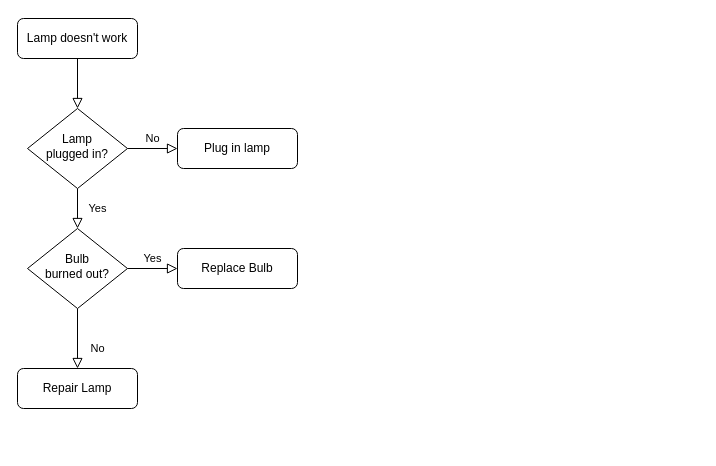
This is Diagram Tanpa Judul.drawio from Vanvill027/Algo_B_23241075_2, a draw.io file, before an edit. Source tidied: cells renumbered, new cells numbered last; positions are measured from the earlier drawing's top-left corner, leaving out a move shared by most shapes. Both pictures are drawn from the tidied source at 100%, with x=0, y=0 at pixel (17, 18).
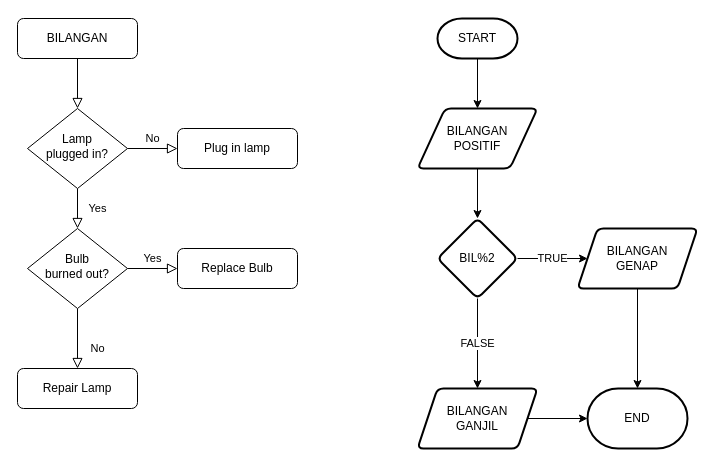
The same page after the edit.

Commit message:
Pemutakhiran Menentukan Bilangan Genap dan Ganjil.drawio

The edit, as a diff of the source:
```diff
@@
-    <mxCell id="3" value="Lamp doesn't work" style="rounded=1;whiteSpace=wrap;html=1;fontSize=12;glass=0;strokeWidth=1;shadow=0;" parent="1" vertex="1">
+    <mxCell id="3" value="BILANGAN" style="rounded=1;whiteSpace=wrap;html=1;fontSize=12;glass=0;strokeWidth=1;shadow=0;" parent="1" vertex="1">
       <mxGeometry width="120" height="40" as="geometry" />
     </mxCell>
@@
+    <mxCell id="13" style="edgeStyle=orthogonalEdgeStyle;rounded=0;jettySize=auto;html=1;" parent="1" edge="1" source="14" target="16">
+      <mxGeometry relative="1" as="geometry" />
+    </mxCell>
+    <mxCell id="14" value="START" style="strokeWidth=2;html=1;shape=mxgraph.flowchart.terminator;whiteSpace=wrap;" parent="1" vertex="1">
+      <mxGeometry x="420" width="80" height="40" as="geometry" />
+    </mxCell>
+    <mxCell id="15" style="edgeStyle=orthogonalEdgeStyle;rounded=0;jettySize=auto;html=1;" parent="1" edge="1" source="16" target="19">
+      <mxGeometry relative="1" as="geometry" />
+    </mxCell>
+    <mxCell id="16" value="BILANGAN&lt;br&gt;POSITIF" style="shape=parallelogram;html=1;strokeWidth=2;perimeter=parallelogramPerimeter;whiteSpace=wrap;rounded=1;arcSize=12;size=0.23;" parent="1" vertex="1">
+      <mxGeometry x="400" y="90" width="120" height="60" as="geometry" />
+    </mxCell>
+    <mxCell id="17" value="TRUE" style="edgeStyle=orthogonalEdgeStyle;rounded=0;jettySize=auto;html=1;" parent="1" edge="1" source="19" target="21">
+      <mxGeometry relative="1" as="geometry" />
+    </mxCell>
+    <mxCell id="18" value="FALSE" style="edgeStyle=orthogonalEdgeStyle;rounded=0;jettySize=auto;html=1;" parent="1" edge="1" source="19" target="23">
+      <mxGeometry relative="1" as="geometry" />
+    </mxCell>
+    <mxCell id="19" value="BIL%2" style="rhombus;whiteSpace=wrap;html=1;strokeWidth=2;rounded=1;arcSize=12;" parent="1" vertex="1">
+      <mxGeometry x="420" y="200" width="80" height="80" as="geometry" />
+    </mxCell>
+    <mxCell id="20" style="edgeStyle=orthogonalEdgeStyle;rounded=0;jettySize=auto;html=1;" parent="1" edge="1" source="21" target="24">
+      <mxGeometry relative="1" as="geometry" />
+    </mxCell>
+    <mxCell id="21" value="BILANGAN&lt;br&gt;GENAP" style="shape=parallelogram;perimeter=parallelogramPerimeter;whiteSpace=wrap;html=1;fixedSize=1;strokeWidth=2;rounded=1;arcSize=12;" parent="1" vertex="1">
+      <mxGeometry x="560" y="210" width="120" height="60" as="geometry" />
+    </mxCell>
+    <mxCell id="22" style="edgeStyle=orthogonalEdgeStyle;rounded=0;jettySize=auto;html=1;" parent="1" edge="1" source="23" target="24">
+      <mxGeometry relative="1" as="geometry" />
+    </mxCell>
+    <mxCell id="23" value="BILANGAN&lt;br&gt;GANJIL" style="shape=parallelogram;perimeter=parallelogramPerimeter;whiteSpace=wrap;html=1;fixedSize=1;strokeWidth=2;rounded=1;arcSize=12;" parent="1" vertex="1">
+      <mxGeometry x="400" y="370" width="120" height="60" as="geometry" />
+    </mxCell>
+    <mxCell id="24" value="END" style="strokeWidth=2;html=1;shape=mxgraph.flowchart.terminator;whiteSpace=wrap;" parent="1" vertex="1">
+      <mxGeometry x="570" y="370" width="100" height="60" as="geometry" />
+    </mxCell>
```
